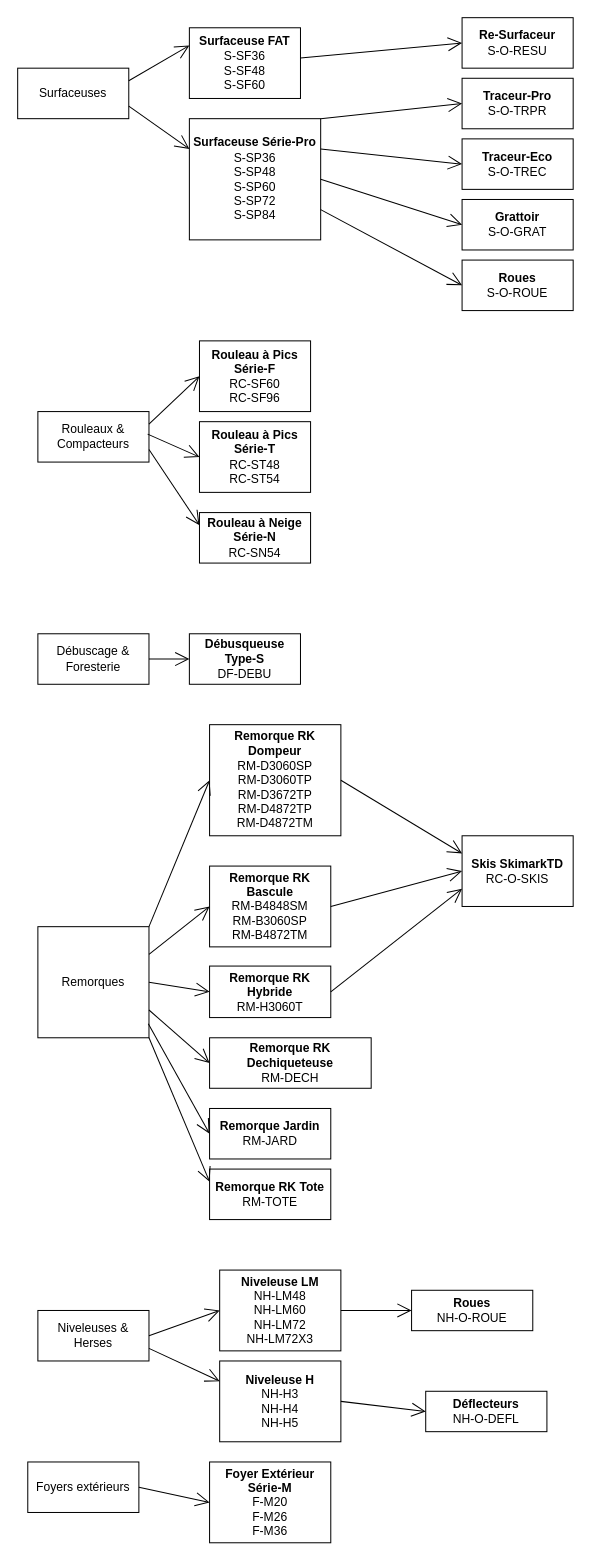
LordTriscuit97/lemark_website keeps this draw.io diagram as doc et autres/Lemark produits.drawio. Above is the earlier version. Source tidied: cells renumbered, new cells numbered last; positions are measured from the earlier drawing's top-left corner, leaving out a move shared by most shapes. Both pictures are drawn from the tidied source at 101%, with x=0, y=0 at pixel (17, 17).
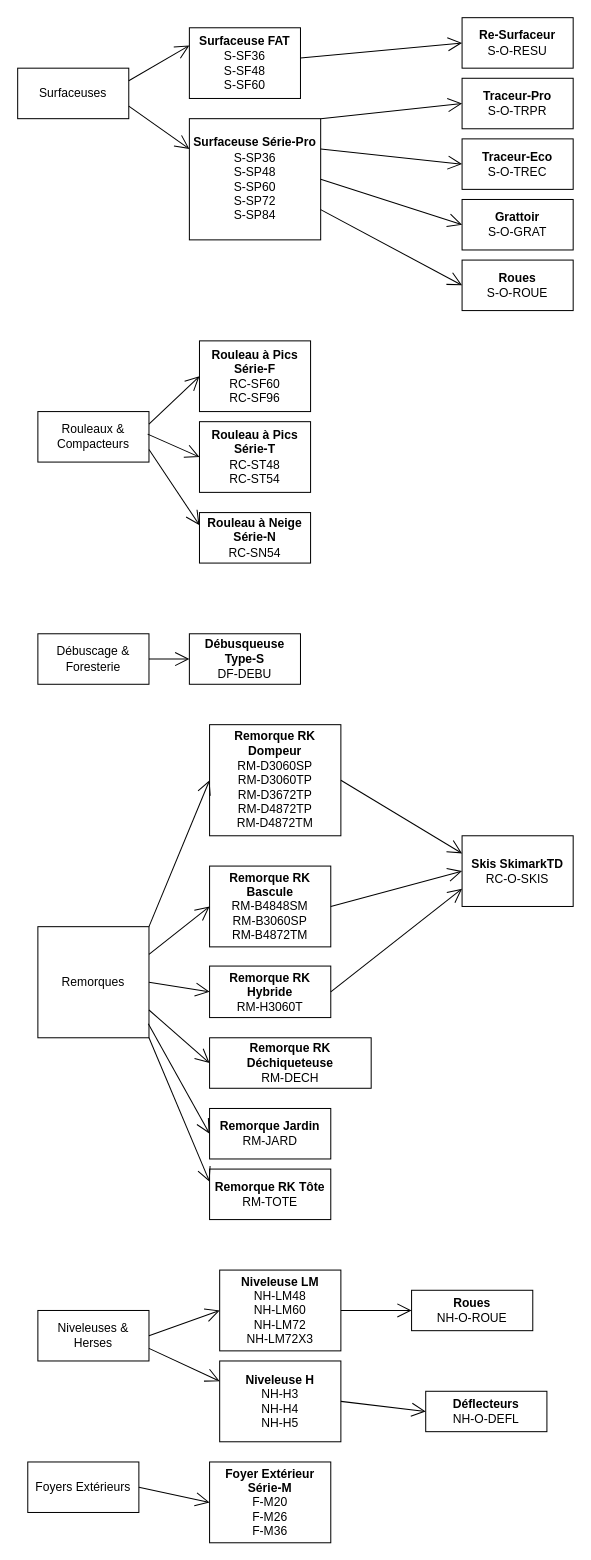
The same page after the edit.

Commit message (it also covers changes not shown here):
petite modif drawio produits

The edit, as a diff of the source:
```diff
@@
-    <mxCell id="6" value="Foyers extérieurs" style="html=1;whiteSpace=wrap;" parent="1" vertex="1">
+    <mxCell id="6" value="Foyers Extérieurs" style="html=1;whiteSpace=wrap;" parent="1" vertex="1">
       <mxGeometry x="10" y="1430" width="110" height="50" as="geometry" />
     </mxCell>
@@
-    <mxCell id="22" value="&lt;b&gt;Remorque RK Dechiqueteuse&lt;/b&gt;&lt;div&gt;RM-DECH&lt;/div&gt;" style="html=1;whiteSpace=wrap;" parent="1" vertex="1">
+    <mxCell id="22" value="&lt;b&gt;Remorque RK Déchiqueteuse&lt;/b&gt;&lt;div&gt;RM-DECH&lt;/div&gt;" style="html=1;whiteSpace=wrap;" parent="1" vertex="1">
       <mxGeometry x="190" y="1010" width="160" height="50" as="geometry" />
     </mxCell>
@@
-    <mxCell id="24" value="&lt;b&gt;Remorque RK Tote&lt;/b&gt;&lt;div&gt;RM-TOTE&lt;/div&gt;" style="html=1;whiteSpace=wrap;" parent="1" vertex="1">
+    <mxCell id="24" value="&lt;b&gt;Remorque RK Tôte&lt;/b&gt;&lt;div&gt;RM-TOTE&lt;/div&gt;" style="html=1;whiteSpace=wrap;" parent="1" vertex="1">
       <mxGeometry x="190" y="1140" width="120" height="50" as="geometry" />
     </mxCell>
```
